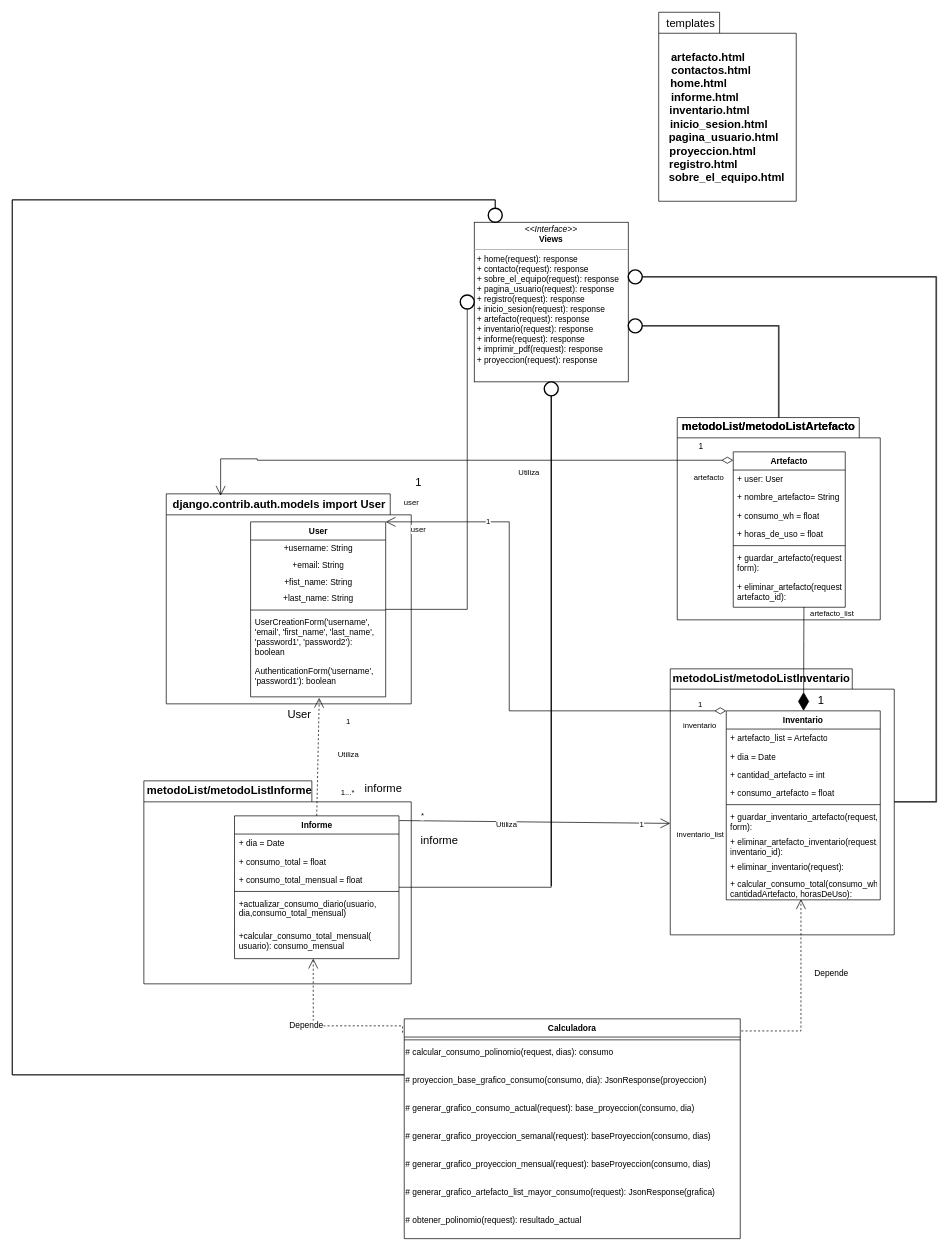
The draw.io diagram consumoEnergia.drawio in SantiagoTamayo2002/UML, before the edit. Source tidied: cells renumbered, new cells numbered last; positions are measured from the earlier drawing's top-left corner, leaving out a move shared by most shapes. Both pictures are drawn from the tidied source at 70%, with x=0, y=0 at pixel (12, 12).
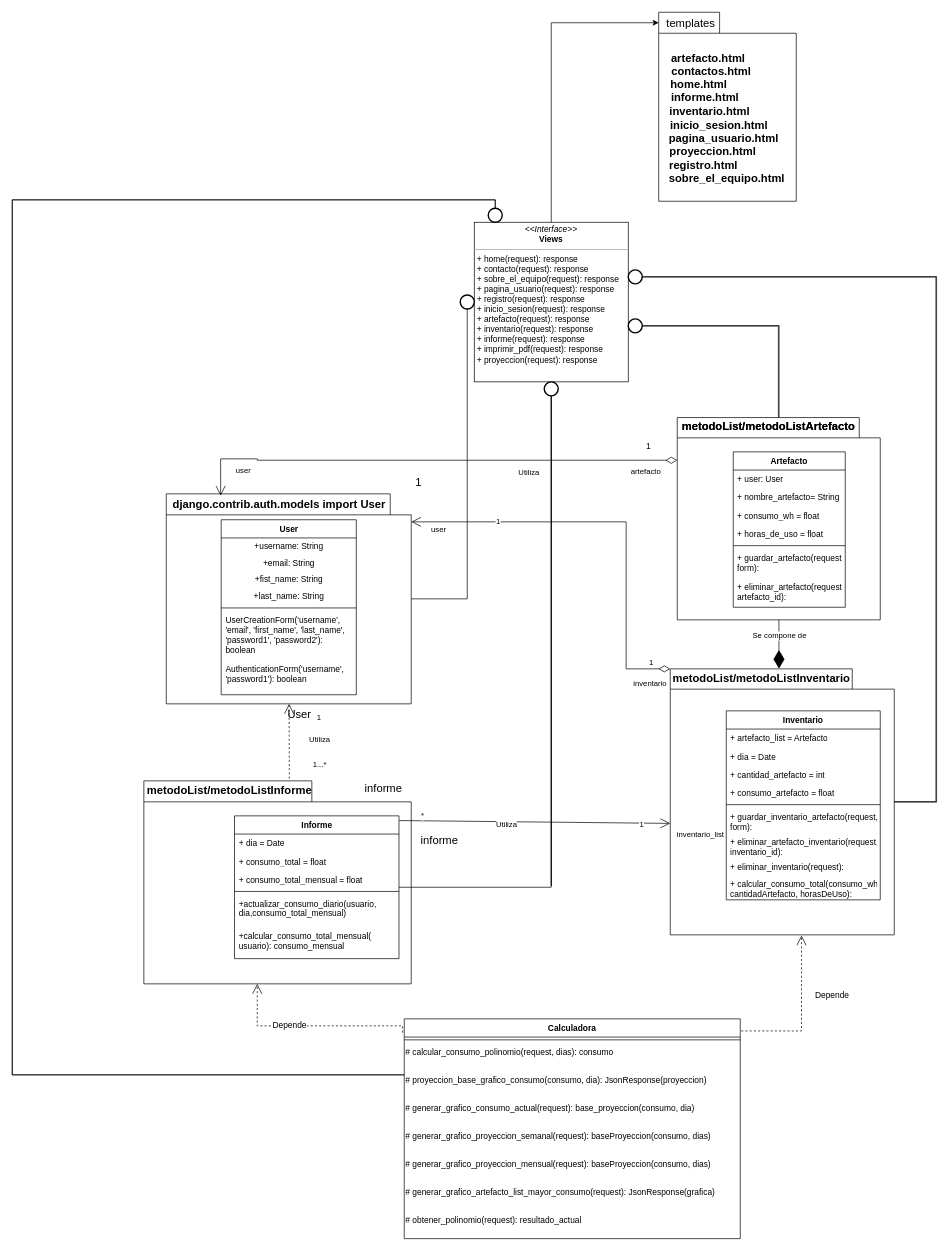
The same page after the edit.

Unchanged cells that the change refers to:
```xml
<mxCell id="2" style="shape=folder;fontStyle=1;spacingTop=10;tabWidth=320;tabHeight=30;tabPosition=left;html=1;whiteSpace=wrap;fontSize=16;" parent="1" vertex="1">
  <mxGeometry x="220" y="688" width="350" height="300" as="geometry" />
</mxCell>
<mxCell id="3" style="shape=folder;fontStyle=1;spacingTop=10;tabWidth=260;tabHeight=29;tabPosition=left;html=1;whiteSpace=wrap;fontSize=16;" parent="1" vertex="1">
  <mxGeometry x="940" y="938" width="320" height="380" as="geometry" />
</mxCell>
<mxCell id="4" style="shape=folder;fontStyle=1;spacingTop=10;tabWidth=260;tabHeight=29;tabPosition=left;html=1;whiteSpace=wrap;fontSize=16;" parent="1" vertex="1">
  <mxGeometry x="950" y="579" width="290" height="289" as="geometry" />
</mxCell>
<mxCell id="6" style="shape=folder;fontStyle=1;spacingTop=10;tabWidth=240;tabHeight=30;tabPosition=left;html=1;whiteSpace=wrap;fontSize=16;" parent="1" vertex="1">
  <mxGeometry x="188" y="1098" width="382" height="290" as="geometry" />
</mxCell>
<mxCell id="14" value="AuthenticationForm('username', 'password1'): boolean" style="text;strokeColor=none;fillColor=none;align=left;verticalAlign=top;spacingLeft=4;spacingRight=4;overflow=hidden;points=[[0,0.5],[1,0.5]];portConstraint=eastwest;whiteSpace=wrap;html=1;" parent="7" vertex="1">
  <mxGeometry y="200" width="193" height="50" as="geometry" />
</mxCell>
<mxCell id="15" value="Inventario" style="swimlane;fontStyle=1;align=center;verticalAlign=top;horizontal=1;startSize=26;whiteSpace=wrap;html=1;" parent="1" vertex="1">
  <mxGeometry x="1020" y="998" width="220" height="270" as="geometry" />
</mxCell>
<mxCell id="24" value="+&amp;nbsp;calcular_consumo_total(consumo_wh, cantidadArtefacto, horasDeUso):" style="text;strokeColor=none;fillColor=none;align=left;verticalAlign=top;spacingLeft=4;spacingRight=4;overflow=hidden;points=[[0,0.5],[1,0.5]];portConstraint=eastwest;whiteSpace=wrap;html=1;" parent="15" vertex="1">
  <mxGeometry y="234" width="220" height="36" as="geometry" />
</mxCell>
<mxCell id="25" value="Informe" style="swimlane;fontStyle=1;align=center;verticalAlign=top;horizontal=1;startSize=26;whiteSpace=wrap;html=1;" parent="1" vertex="1">
  <mxGeometry x="317.5" y="1148" width="235" height="204" as="geometry" />
</mxCell>
<mxCell id="31" value="+calcular_consumo_total_mensual(&lt;br&gt;usuario): consumo_mensual" style="text;strokeColor=none;fillColor=none;align=left;verticalAlign=top;spacingLeft=4;spacingRight=4;overflow=hidden;points=[[0,0.5],[1,0.5]];portConstraint=eastwest;whiteSpace=wrap;html=1;" parent="25" vertex="1">
  <mxGeometry y="158" width="235" height="46" as="geometry" />
</mxCell>
<mxCell id="32" value="Calculadora" style="swimlane;fontStyle=1;align=center;verticalAlign=top;horizontal=1;startSize=26;whiteSpace=wrap;html=1;" parent="1" vertex="1">
  <mxGeometry x="560" y="1438" width="480" height="314" as="geometry" />
</mxCell>
<mxCell id="45" value="Artefacto" style="swimlane;fontStyle=1;align=center;verticalAlign=top;horizontal=1;startSize=26;whiteSpace=wrap;html=1;" parent="1" vertex="1">
  <mxGeometry x="1030" y="628" width="160" height="222" as="geometry" />
</mxCell>
<mxCell id="52" value="+&amp;nbsp;eliminar_artefacto(request, artefacto_id):" style="text;strokeColor=none;fillColor=none;align=left;verticalAlign=top;spacingLeft=4;spacingRight=4;overflow=hidden;points=[[0,0.5],[1,0.5]];portConstraint=eastwest;whiteSpace=wrap;html=1;" parent="45" vertex="1">
  <mxGeometry y="180" width="160" height="42" as="geometry" />
</mxCell>
<mxCell id="62" value="metodoList/metodoListInventario" style="text;align=center;fontStyle=1;verticalAlign=middle;spacingLeft=3;spacingRight=3;strokeColor=none;points=[[0,0.5],[1,0.5]];portConstraint=eastwest;html=1;fontSize=16;" parent="1" vertex="1">
  <mxGeometry x="1030" y="938" width="80" height="26" as="geometry" />
</mxCell>
<mxCell id="79" value="&lt;p style=&quot;margin:0px;margin-top:4px;text-align:center;&quot;&gt;&lt;i&gt;&amp;lt;&amp;lt;Interface&amp;gt;&amp;gt;&lt;/i&gt;&lt;br&gt;&lt;b&gt;Views&lt;/b&gt;&lt;/p&gt;&lt;hr size=&quot;1&quot;&gt;&lt;p style=&quot;margin:0px;margin-left:4px;&quot;&gt;&lt;span style=&quot;background-color: initial;&quot;&gt;+ home(request): response&lt;/span&gt;&lt;br&gt;&lt;/p&gt;&lt;p style=&quot;margin:0px;margin-left:4px;&quot;&gt;+ contacto(request): response&amp;nbsp;&lt;/p&gt;&lt;p style=&quot;margin:0px;margin-left:4px;&quot;&gt;+ sobre_el_equipo(request): response&amp;nbsp;&lt;/p&gt;&lt;p style=&quot;margin:0px;margin-left:4px;&quot;&gt;+ pagina_usuario(request): response&amp;nbsp;&lt;/p&gt;&lt;p style=&quot;margin:0px;margin-left:4px;&quot;&gt;&lt;span style=&quot;background-color: initial;&quot;&gt;+ registro(request): response&amp;nbsp;&lt;/span&gt;&lt;br&gt;&lt;/p&gt;&lt;p style=&quot;margin:0px;margin-left:4px;&quot;&gt;+ inicio_sesion(request): response&amp;nbsp;&lt;/p&gt;&lt;p style=&quot;margin:0px;margin-left:4px;&quot;&gt;+ artefacto(request): response&amp;nbsp;&lt;/p&gt;&lt;p style=&quot;margin:0px;margin-left:4px;&quot;&gt;+ inventario(request): response&amp;nbsp;&lt;/p&gt;&lt;p style=&quot;margin:0px;margin-left:4px;&quot;&gt;+ informe(request): response&amp;nbsp;&lt;/p&gt;&lt;p style=&quot;margin:0px;margin-left:4px;&quot;&gt;+ imprimir_pdf(request): response&amp;nbsp;&lt;/p&gt;&lt;p style=&quot;margin:0px;margin-left:4px;&quot;&gt;+ proyeccion(request): response&lt;br&gt;&lt;/p&gt;" style="verticalAlign=top;align=left;overflow=fill;fontSize=12;fontFamily=Helvetica;html=1;whiteSpace=wrap;" parent="1" vertex="1">
  <mxGeometry x="660" y="300" width="220" height="228" as="geometry" />
</mxCell>
<mxCell id="81" value="templates" style="text;html=1;align=center;verticalAlign=middle;points=[];strokeColor=none;fillColor=none;fontSize=16;" parent="1" vertex="1">
  <mxGeometry x="923.5" width="90" height="30" as="geometry" />
</mxCell>
<mxCell id="84" style="strokeWidth=2;html=1;shape=mxgraph.flowchart.start_2;whiteSpace=wrap;" parent="1" vertex="1">
  <mxGeometry x="640" y="404" width="20" height="20" as="geometry" />
</mxCell>
```

Change to the diagram source:
```diff
@@
     <mxCell id="7" value="User" style="swimlane;fontStyle=1;align=center;verticalAlign=top;horizontal=1;startSize=26;whiteSpace=wrap;html=1;" parent="1" vertex="1">
-      <mxGeometry x="340.5" y="728" width="193" height="250" as="geometry" />
+      <mxGeometry x="298.5" y="725" width="193" height="250" as="geometry" />
     </mxCell>
@@
-    <mxCell id="41" value="1" style="endArrow=open;html=1;endSize=12;startArrow=diamondThin;startSize=14;startFill=0;edgeStyle=orthogonalEdgeStyle;align=left;verticalAlign=bottom;rounded=0;entryX=1;entryY=0;entryDx=0;entryDy=0;" parent="1" edge="1" source="15" target="7">
+    <mxCell id="41" value="1" style="endArrow=open;html=1;endSize=12;startArrow=diamondThin;startSize=14;startFill=0;edgeStyle=orthogonalEdgeStyle;align=left;verticalAlign=bottom;rounded=0;exitX=0;exitY=0;exitDx=0;exitDy=0;exitPerimeter=0;" parent="1" edge="1" source="3" target="2">
       <mxGeometry x="-0.89" relative="1" as="geometry">
         <Array as="points">
-          <mxPoint x="710" y="998" />
-          <mxPoint x="710" y="728" />
+          <mxPoint x="877" y="938" />
+          <mxPoint x="877" y="728" />
         </Array>
       </mxGeometry>
     </mxCell>
@@
-    <mxCell id="53" value="Utiliza" style="endArrow=open;endSize=12;dashed=1;html=1;rounded=0;exitX=0.5;exitY=0;exitDx=0;exitDy=0;entryX=0.508;entryY=1.028;entryDx=0;entryDy=0;entryPerimeter=0;" parent="1" edge="1" source="25" target="14">
+    <mxCell id="53" value="Utiliza" style="endArrow=open;endSize=12;dashed=1;html=1;rounded=0;exitX=0.544;exitY=-0.011;exitDx=0;exitDy=0;exitPerimeter=0;" parent="1" edge="1" source="6" target="2">
       <mxGeometry x="0.04" y="-43" relative="1" as="geometry" />
     </mxCell>
@@
-    <mxCell id="65" style="endArrow=diamondThin;endFill=1;endSize=24;html=1;rounded=0;fontSize=12;curved=1;exitX=0.631;exitY=0.99;exitDx=0;exitDy=0;exitPerimeter=0;" parent="1" edge="1" source="52" target="15">
+    <mxCell id="65" style="endArrow=diamondThin;endFill=1;endSize=24;html=1;rounded=0;fontSize=12;curved=1;entryX=0.817;entryY=-0.009;entryDx=0;entryDy=0;entryPerimeter=0;" parent="1" edge="1" source="4" target="62">
       <mxGeometry relative="1" as="geometry" />
     </mxCell>
-    <mxCell id="66" value="artefacto_list" style="edgeLabel;html=1;align=center;verticalAlign=middle;" parent="1" vertex="1">
-      <mxGeometry x="1170" y="858" as="geometry" />
-    </mxCell>
-    <mxCell id="67" value="1" style="text;html=1;align=center;verticalAlign=middle;strokeColor=none;fillColor=none;fontSize=16;" parent="1" vertex="1">
-      <mxGeometry x="1140" y="968" width="30" height="30" as="geometry" />
-    </mxCell>
+    <mxCell id="94" value="Se compone de" style="edgeLabel;html=1;align=center;verticalAlign=middle;" parent="65" vertex="1">
+      <mxGeometry x="-0.34" y="-1" relative="1" as="geometry">
+        <mxPoint x="1" y="-1" as="offset" />
+      </mxGeometry>
+    </mxCell>
@@
-    <mxCell id="70" value="1" style="endArrow=open;html=1;endSize=12;startArrow=diamondThin;startSize=14;startFill=0;edgeStyle=orthogonalEdgeStyle;align=left;verticalAlign=bottom;rounded=0;fontSize=12;entryX=0.222;entryY=0.009;entryDx=0;entryDy=0;exitX=0;exitY=0.054;exitDx=0;exitDy=0;exitPerimeter=0;entryPerimeter=0;" parent="1" edge="1" source="45" target="2">
+    <mxCell id="70" value="1" style="endArrow=open;html=1;endSize=12;startArrow=diamondThin;startSize=14;startFill=0;edgeStyle=orthogonalEdgeStyle;align=left;verticalAlign=bottom;rounded=0;fontSize=12;entryX=0.222;entryY=0.009;entryDx=0;entryDy=0;entryPerimeter=0;" parent="1" edge="1" source="4" target="2">
       <mxGeometry x="-0.87" y="-10" relative="1" as="geometry">
         <Array as="points">
           <mxPoint x="350" y="640" />
           <mxPoint x="350" y="638" />
           <mxPoint x="298" y="638" />
         </Array>
       </mxGeometry>
     </mxCell>
     <mxCell id="71" value="user" style="edgeLabel;html=1;align=center;verticalAlign=middle;" parent="1" vertex="1">
-      <mxGeometry x="590.3" y="748" as="geometry">
+      <mxGeometry x="350" y="703" as="geometry">
         <mxPoint x="-21" y="-49" as="offset" />
       </mxGeometry>
     </mxCell>
@@
     <mxCell id="74" value="artefacto" style="edgeLabel;html=1;align=center;verticalAlign=middle;" parent="1" vertex="1">
-      <mxGeometry x="630" y="748" as="geometry">
+      <mxGeometry x="540" y="739" as="geometry">
         <mxPoint x="364" y="-84" as="offset" />
       </mxGeometry>
     </mxCell>
@@
-    <mxCell id="77" value="Depende" style="endArrow=open;endSize=12;dashed=1;html=1;rounded=0;fontSize=12;exitX=-0.005;exitY=0.063;exitDx=0;exitDy=0;exitPerimeter=0;edgeStyle=orthogonalEdgeStyle;" parent="1" edge="1" source="32" target="31">
+    <mxCell id="77" value="Depende" style="endArrow=open;endSize=12;dashed=1;html=1;rounded=0;fontSize=12;exitX=-0.005;exitY=0.063;exitDx=0;exitDy=0;exitPerimeter=0;edgeStyle=orthogonalEdgeStyle;" parent="1" edge="1" source="32" target="6">
       <mxGeometry x="0.09" y="-20" relative="1" as="geometry">
         <Array as="points">
           <mxPoint x="558" y="1448" />
-          <mxPoint x="430" y="1448" />
+          <mxPoint x="350" y="1448" />
         </Array>
         <mxPoint x="-20" y="20" as="offset" />
       </mxGeometry>
     </mxCell>
-    <mxCell id="78" value="Depende" style="endArrow=open;endSize=12;dashed=1;html=1;rounded=0;fontSize=12;entryX=0.485;entryY=0.976;entryDx=0;entryDy=0;entryPerimeter=0;exitX=1.003;exitY=0.055;exitDx=0;exitDy=0;exitPerimeter=0;edgeStyle=orthogonalEdgeStyle;" parent="1" edge="1" source="32" target="24">
+    <mxCell id="78" value="Depende" style="endArrow=open;endSize=12;dashed=1;html=1;rounded=0;fontSize=12;exitX=1.003;exitY=0.055;exitDx=0;exitDy=0;exitPerimeter=0;edgeStyle=orthogonalEdgeStyle;entryX=0.586;entryY=1.002;entryDx=0;entryDy=0;entryPerimeter=0;" parent="1" edge="1" source="32" target="3">
       <mxGeometry x="0.23" y="-43" relative="1" as="geometry">
         <Array as="points">
-          <mxPoint x="1127" y="1455" />
+          <mxPoint x="1128" y="1455" />
         </Array>
       </mxGeometry>
     </mxCell>
+    <mxCell id="95" style="edgeStyle=orthogonalEdgeStyle;rounded=0;jettySize=auto;html=1;" parent="1" edge="1" source="79" target="81">
+      <mxGeometry relative="1" as="geometry">
+        <Array as="points">
+          <mxPoint x="770" y="15" />
+        </Array>
+      </mxGeometry>
+    </mxCell>
@@
     <mxCell id="82" value="&lt;b style=&quot;border-color: var(--border-color); font-size: 16px;&quot;&gt;&amp;nbsp; &amp;nbsp; &amp;nbsp; artefacto.html&lt;/b&gt;&lt;br&gt;&lt;b style=&quot;font-size: 16px;&quot;&gt;&amp;nbsp; &amp;nbsp; &amp;nbsp; &amp;nbsp; contactos.html&lt;/b&gt;&lt;br style=&quot;border-color: var(--border-color); font-size: 16px; font-weight: 700;&quot;&gt;&lt;span style=&quot;font-size: 16px; font-weight: 700;&quot;&gt;home.html&lt;/span&gt;&lt;br style=&quot;border-color: var(--border-color); font-size: 16px; font-weight: 700;&quot;&gt;&lt;span style=&quot;font-size: 16px; font-weight: 700;&quot;&gt;&amp;nbsp; &amp;nbsp; informe.html&lt;/span&gt;&lt;br style=&quot;border-color: var(--border-color); font-size: 16px; font-weight: 700;&quot;&gt;&lt;span style=&quot;font-size: 16px; font-weight: 700;&quot;&gt;&amp;nbsp; &amp;nbsp; &amp;nbsp; &amp;nbsp;inventario.html&lt;/span&gt;&lt;br style=&quot;border-color: var(--border-color); font-size: 16px; font-weight: 700;&quot;&gt;&lt;span style=&quot;font-size: 16px; font-weight: 700;&quot;&gt;&amp;nbsp; &amp;nbsp; &amp;nbsp; &amp;nbsp; &amp;nbsp; &amp;nbsp; &amp;nbsp;inicio_sesion.html&lt;/span&gt;&lt;br style=&quot;border-color: var(--border-color); font-size: 16px; font-weight: 700;&quot;&gt;&lt;span style=&quot;font-size: 16px; font-weight: 700;&quot;&gt;&amp;nbsp; &amp;nbsp; &amp;nbsp; &amp;nbsp; &amp;nbsp; &amp;nbsp; &amp;nbsp; &amp;nbsp; pagina_usuario.html&lt;/span&gt;&lt;br style=&quot;border-color: var(--border-color); font-size: 16px; font-weight: 700;&quot;&gt;&lt;span style=&quot;font-size: 16px; font-weight: 700;&quot;&gt;&amp;nbsp; &amp;nbsp; &amp;nbsp; &amp;nbsp; &amp;nbsp;proyeccion.html&lt;/span&gt;&lt;br style=&quot;border-color: var(--border-color); font-size: 16px; font-weight: 700;&quot;&gt;&lt;span style=&quot;font-weight: 700; font-size: 16px;&quot;&gt;&amp;nbsp; &amp;nbsp;registro.html&lt;br&gt;&amp;nbsp; &amp;nbsp; &amp;nbsp; &amp;nbsp; &amp;nbsp; &amp;nbsp; &amp;nbsp; &amp;nbsp; &amp;nbsp; sobre_el_equipo.html&lt;br&gt;&lt;/span&gt;" style="text;html=1;strokeColor=none;fillColor=none;align=center;verticalAlign=middle;spacingLeft=4;spacingRight=4;overflow=hidden;whiteSpace=wrap;" parent="1" vertex="1">
-      <mxGeometry x="851.8" width="258.2" height="300" as="geometry" />
+      <mxGeometry x="851.8" y="2" width="258.2" height="298" as="geometry" />
     </mxCell>
-    <mxCell id="83" style="endArrow=none;html=1;edgeStyle=orthogonalEdgeStyle;rounded=0;" parent="1" edge="1" source="7" target="84">
+    <mxCell id="83" style="endArrow=none;html=1;edgeStyle=orthogonalEdgeStyle;rounded=0;" parent="1" edge="1" source="2" target="84">
       <mxGeometry relative="1" as="geometry" />
     </mxCell>
```
